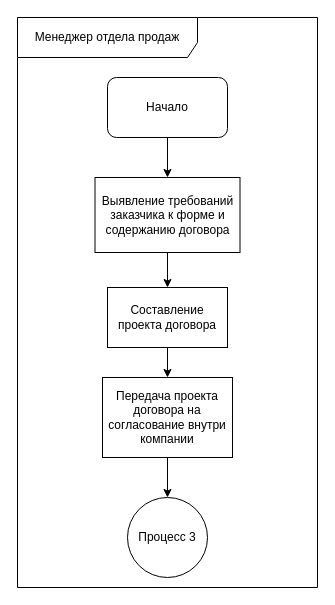
The draw.io diagram page "Страница — 2" (2 of 5) of 3 курс/5 семестр/Моделирование бизнес-процессов/Практика 27/pr27.drawio in Kirill010/RTU-MIREA, before the edit. Source tidied: cells renumbered, new cells numbered last; positions are measured from the earlier drawing's top-left corner, leaving out a move shared by most shapes. Both pictures are drawn from the tidied source at 100%, with x=0, y=0 at pixel (17, 17).
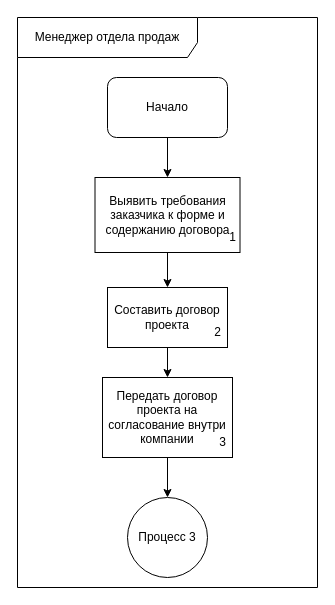
The same diagram, later.

What changed in the source:
```diff
@@
 <mxGraphModel>
   <root>
     <mxCell id="0" />
     <mxCell id="1" parent="0" />
     <mxCell id="2" value="Менеджер отдела продаж" style="shape=umlFrame;whiteSpace=wrap;html=1;width=180;height=40;" parent="1" vertex="1">
       <mxGeometry width="300" height="570" as="geometry" />
     </mxCell>
     <mxCell id="3" style="edgeStyle=orthogonalEdgeStyle;rounded=0;jettySize=auto;html=1;" parent="1" edge="1" source="4" target="6">
       <mxGeometry relative="1" as="geometry" />
     </mxCell>
     <mxCell id="4" value="Начало" style="rounded=1;whiteSpace=wrap;html=1;" parent="1" vertex="1">
       <mxGeometry x="90" y="60" width="120" height="60" as="geometry" />
     </mxCell>
     <mxCell id="5" style="edgeStyle=orthogonalEdgeStyle;rounded=0;jettySize=auto;html=1;entryX=0.5;entryY=0;entryDx=0;entryDy=0;" parent="1" edge="1" source="6" target="8">
       <mxGeometry relative="1" as="geometry" />
     </mxCell>
-    <mxCell id="6" value="Выявление требований заказчика к форме и содержанию договора" style="rounded=0;whiteSpace=wrap;html=1;" parent="1" vertex="1">
+    <mxCell id="6" value="Выявить требования заказчика к форме и содержанию договора" style="rounded=0;whiteSpace=wrap;html=1;" parent="1" vertex="1">
       <mxGeometry x="77.5" y="160" width="145" height="75" as="geometry" />
     </mxCell>
     <mxCell id="7" style="edgeStyle=orthogonalEdgeStyle;rounded=0;jettySize=auto;html=1;entryX=0.5;entryY=0;entryDx=0;entryDy=0;" parent="1" edge="1" source="8" target="10">
       <mxGeometry relative="1" as="geometry" />
     </mxCell>
-    <mxCell id="8" value="Составление проекта договора" style="rounded=0;whiteSpace=wrap;html=1;" parent="1" vertex="1">
+    <mxCell id="8" value="Составить договор проекта" style="rounded=0;whiteSpace=wrap;html=1;" parent="1" vertex="1">
       <mxGeometry x="90" y="270" width="120" height="60" as="geometry" />
     </mxCell>
     <mxCell id="9" style="edgeStyle=orthogonalEdgeStyle;rounded=0;jettySize=auto;html=1;" parent="1" edge="1" source="10" target="11">
       <mxGeometry relative="1" as="geometry" />
     </mxCell>
-    <mxCell id="10" value="Передача проекта договора на согласование внутри компании" style="rounded=0;whiteSpace=wrap;html=1;" parent="1" vertex="1">
+    <mxCell id="10" value="Передать договор проекта на согласование внутри компании" style="rounded=0;whiteSpace=wrap;html=1;" parent="1" vertex="1">
       <mxGeometry x="85" y="360" width="130" height="80" as="geometry" />
     </mxCell>
     <mxCell id="11" value="Процесс 3" style="ellipse;whiteSpace=wrap;html=1;" parent="1" vertex="1">
       <mxGeometry x="110" y="480" width="80" height="80" as="geometry" />
     </mxCell>
+    <mxCell id="12" value="1" style="text;html=1;align=center;verticalAlign=middle;strokeColor=none;fillColor=none;" parent="1" vertex="1">
+      <mxGeometry x="200" y="205" width="30" height="30" as="geometry" />
+    </mxCell>
+    <mxCell id="13" value="2" style="text;html=1;align=center;verticalAlign=middle;strokeColor=none;fillColor=none;" parent="1" vertex="1">
+      <mxGeometry x="185" y="300" width="30" height="30" as="geometry" />
+    </mxCell>
+    <mxCell id="14" value="3" style="text;html=1;align=center;verticalAlign=middle;strokeColor=none;fillColor=none;" parent="1" vertex="1">
+      <mxGeometry x="190" y="410" width="30" height="30" as="geometry" />
+    </mxCell>
   </root>
 </mxGraphModel>
```
